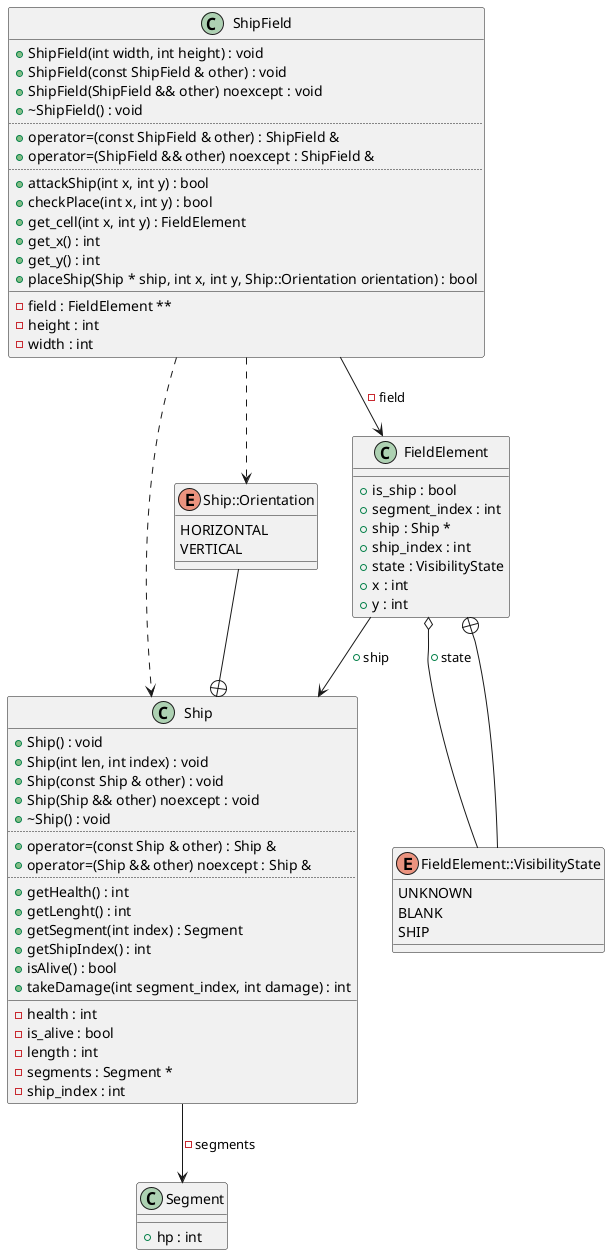
The PlantUML diagram diagrams/ShipField.png in Rennelv/ships, before a commit. The source it was exported from:
```plantuml
@startuml
class "Segment" as C_0004224949386065029667
class C_0004224949386065029667 {
__
+hp : int
}
class "Ship" as C_0014529657433315016423
class C_0014529657433315016423 {
+Ship() : void
+Ship(int len, int index) : void
+Ship(const Ship & other) : void
+Ship(Ship && other) noexcept : void
+~Ship() : void
..
+operator=(const Ship & other) : Ship &
+operator=(Ship && other) noexcept : Ship &
..
+getHealth() : int
+getLenght() : int
+getSegment(int index) : Segment
+getShipIndex() : int
+isAlive() : bool
+takeDamage(int segment_index, int damage) : int
__
-health : int
-is_alive : bool
-length : int
-segments : Segment *
-ship_index : int
}
enum "Ship::Orientation" as C_0015200704647938469073
enum C_0015200704647938469073 {
HORIZONTAL
VERTICAL
}
class "FieldElement" as C_0001857836874925042506
class C_0001857836874925042506 {
__
+is_ship : bool
+segment_index : int
+ship : Ship *
+ship_index : int
+state : VisibilityState
+x : int
+y : int
}
enum "FieldElement::VisibilityState" as C_0016786167066212157050
enum C_0016786167066212157050 {
UNKNOWN
BLANK
SHIP
}
class "ShipField" as C_0003843296779074973901
class C_0003843296779074973901 {
+ShipField(int width, int height) : void
+ShipField(const ShipField & other) : void
+ShipField(ShipField && other) noexcept : void
+~ShipField() : void
..
+operator=(const ShipField & other) : ShipField &
+operator=(ShipField && other) noexcept : ShipField &
..
+attackShip(int x, int y) : bool
+checkPlace(int x, int y) : bool
+get_cell(int x, int y) : FieldElement
+get_x() : int
+get_y() : int
+placeShip(Ship * ship, int x, int y, Ship::Orientation orientation) : bool
__
-field : FieldElement **
-height : int
-width : int
}
C_0014529657433315016423 --> C_0004224949386065029667 : -segments
C_0015200704647938469073 --+ C_0014529657433315016423
C_0001857836874925042506 o-- C_0016786167066212157050 : +state
C_0001857836874925042506 --> C_0014529657433315016423 : +ship
C_0016786167066212157050 --+ C_0001857836874925042506
C_0003843296779074973901 ..> C_0014529657433315016423
C_0003843296779074973901 ..> C_0015200704647938469073
C_0003843296779074973901 --> C_0001857836874925042506 : -field

@enduml
```
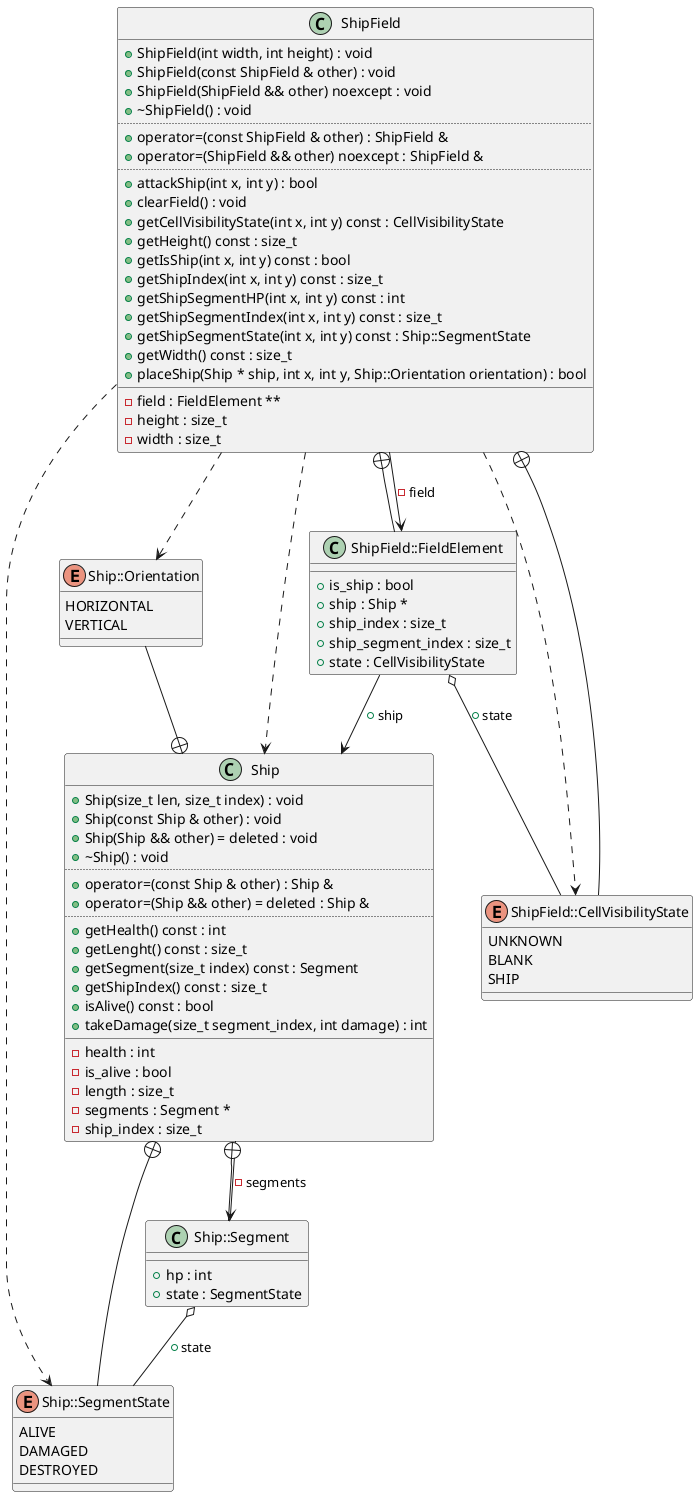
After the change.

Change to the diagram source:
```diff
@@ -1,54 +1,43 @@
 @startuml
-class "Segment" as C_0004224949386065029667
-class C_0004224949386065029667 {
-__
-+hp : int
-}
 class "Ship" as C_0014529657433315016423
 class C_0014529657433315016423 {
-+Ship() : void
-+Ship(int len, int index) : void
++Ship(size_t len, size_t index) : void
 +Ship(const Ship & other) : void
-+Ship(Ship && other) noexcept : void
++Ship(Ship && other) = deleted : void
 +~Ship() : void
 ..
 +operator=(const Ship & other) : Ship &
-+operator=(Ship && other) noexcept : Ship &
++operator=(Ship && other) = deleted : Ship &
 ..
-+getHealth() : int
-+getLenght() : int
-+getSegment(int index) : Segment
-+getShipIndex() : int
-+isAlive() : bool
-+takeDamage(int segment_index, int damage) : int
++getHealth() const : int
++getLenght() const : size_t
++getSegment(size_t index) const : Segment
++getShipIndex() const : size_t
++isAlive() const : bool
++takeDamage(size_t segment_index, int damage) : int
 __
 -health : int
 -is_alive : bool
--length : int
+-length : size_t
 -segments : Segment *
--ship_index : int
+-ship_index : size_t
+}
+enum "Ship::SegmentState" as C_0016593760204207859148
+enum C_0016593760204207859148 {
+ALIVE
+DAMAGED
+DESTROYED
+}
+class "Ship::Segment" as C_0000674658759292391449
+class C_0000674658759292391449 {
+__
++hp : int
++state : SegmentState
 }
 enum "Ship::Orientation" as C_0015200704647938469073
 enum C_0015200704647938469073 {
 HORIZONTAL
 VERTICAL
-}
-class "FieldElement" as C_0001857836874925042506
-class C_0001857836874925042506 {
-__
-+is_ship : bool
-+segment_index : int
-+ship : Ship *
-+ship_index : int
-+state : VisibilityState
-+x : int
-+y : int
-}
-enum "FieldElement::VisibilityState" as C_0016786167066212157050
-enum C_0016786167066212157050 {
-UNKNOWN
-BLANK
-SHIP
 }
 class "ShipField" as C_0003843296779074973901
 class C_0003843296779074973901 {
@@ -61,23 +50,49 @@
 +operator=(ShipField && other) noexcept : ShipField &
 ..
 +attackShip(int x, int y) : bool
-+checkPlace(int x, int y) : bool
-+get_cell(int x, int y) : FieldElement
-+get_x() : int
-+get_y() : int
++clearField() : void
++getCellVisibilityState(int x, int y) const : CellVisibilityState
++getHeight() const : size_t
++getIsShip(int x, int y) const : bool
++getShipIndex(int x, int y) const : size_t
++getShipSegmentHP(int x, int y) const : int
++getShipSegmentIndex(int x, int y) const : size_t
++getShipSegmentState(int x, int y) const : Ship::SegmentState
++getWidth() const : size_t
 +placeShip(Ship * ship, int x, int y, Ship::Orientation orientation) : bool
 __
 -field : FieldElement **
--height : int
--width : int
+-height : size_t
+-width : size_t
 }
-C_0014529657433315016423 --> C_0004224949386065029667 : -segments
+enum "ShipField::CellVisibilityState" as C_0014337503322603405869
+enum C_0014337503322603405869 {
+UNKNOWN
+BLANK
+SHIP
+}
+class "ShipField::FieldElement" as C_0000316359785794417378
+class C_0000316359785794417378 {
+__
++is_ship : bool
++ship : Ship *
++ship_index : size_t
++ship_segment_index : size_t
++state : CellVisibilityState
+}
+C_0014529657433315016423 --> C_0000674658759292391449 : -segments
+C_0016593760204207859148 --+ C_0014529657433315016423
+C_0000674658759292391449 --+ C_0014529657433315016423
+C_0000674658759292391449 o-- C_0016593760204207859148 : +state
 C_0015200704647938469073 --+ C_0014529657433315016423
-C_0001857836874925042506 o-- C_0016786167066212157050 : +state
-C_0001857836874925042506 --> C_0014529657433315016423 : +ship
-C_0016786167066212157050 --+ C_0001857836874925042506
+C_0003843296779074973901 ..> C_0014337503322603405869
+C_0003843296779074973901 ..> C_0016593760204207859148
 C_0003843296779074973901 ..> C_0014529657433315016423
 C_0003843296779074973901 ..> C_0015200704647938469073
-C_0003843296779074973901 --> C_0001857836874925042506 : -field
+C_0003843296779074973901 --> C_0000316359785794417378 : -field
+C_0014337503322603405869 --+ C_0003843296779074973901
+C_0000316359785794417378 --+ C_0003843296779074973901
+C_0000316359785794417378 o-- C_0014337503322603405869 : +state
+C_0000316359785794417378 --> C_0014529657433315016423 : +ship
 
 @enduml
```
